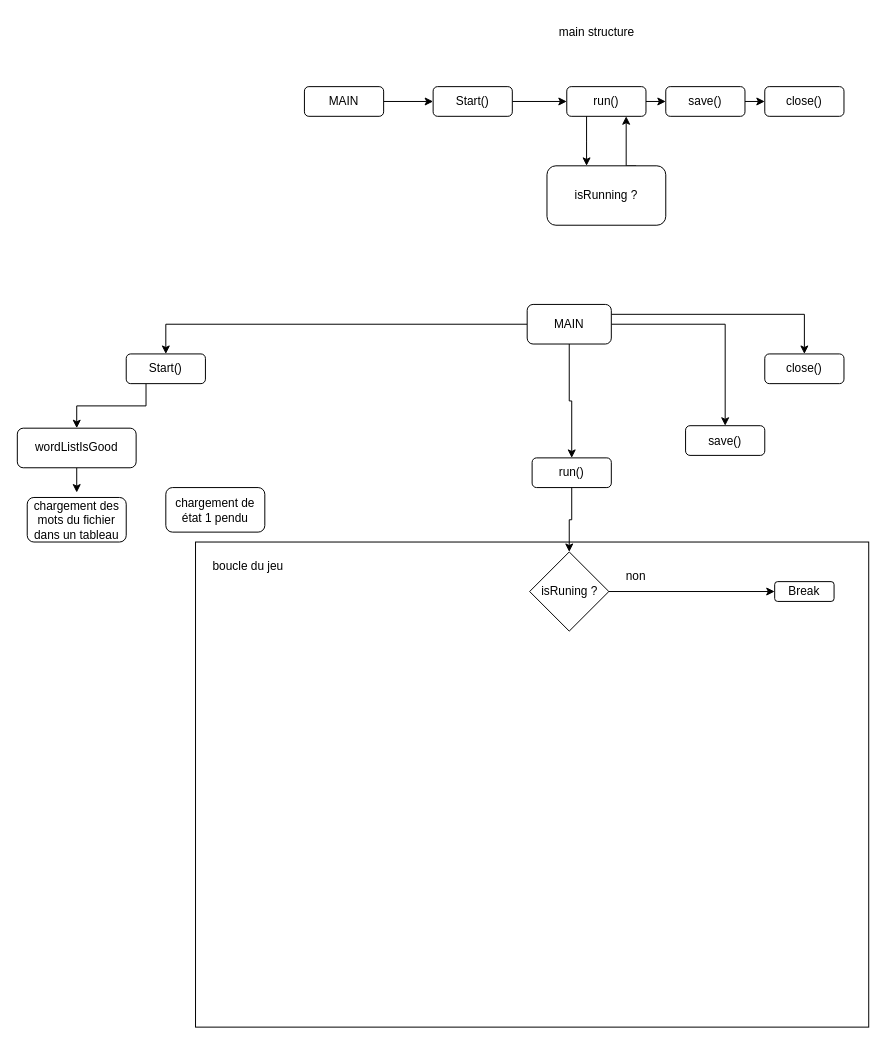
jolanallen/hangman-classic keeps this draw.io diagram as ressources/struct.drawio. Above is the earlier version. Source tidied: cells renumbered, new cells numbered last; positions are measured from the earlier drawing's top-left corner, leaving out a move shared by most shapes. Both pictures are drawn from the tidied source at 99%, with x=0, y=0 at pixel (17, 17).
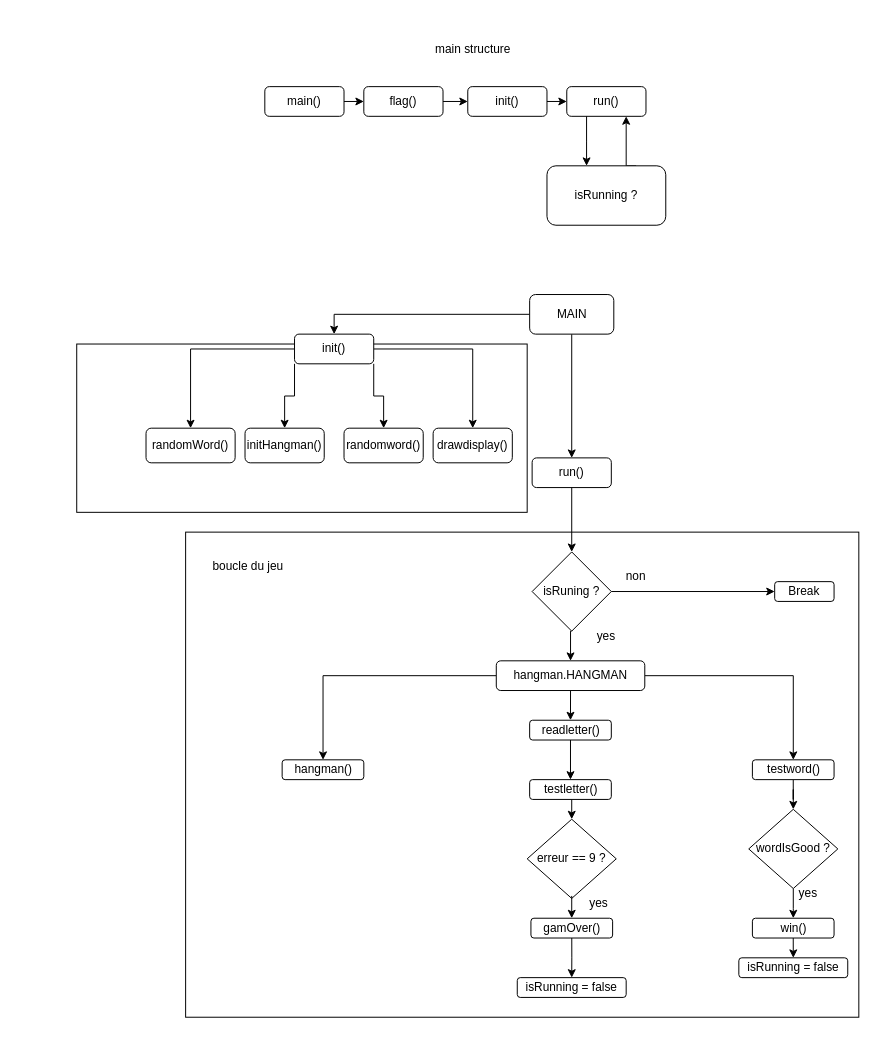
The same diagram, later.

Commit message (it also covers changes not shown here):
diagram de structure

Unchanged cells that the change refers to:
```xml
<mxCell id="8" value="run()" style="rounded=1;whiteSpace=wrap;html=1;" parent="1" vertex="1">
  <mxGeometry x="555" y="70" width="80" height="30" as="geometry" />
</mxCell>
```

What changed in the source:
```diff
@@
+    <mxCell id="37" style="rounded=0;whiteSpace=wrap;html=1;" parent="1" vertex="1">
+      <mxGeometry x="60" y="330" width="455" height="170" as="geometry" />
+    </mxCell>
     <mxCell id="2" value="main structure" style="text;html=1;align=center;verticalAlign=middle;strokeColor=none;fillColor=none;" parent="1" vertex="1">
-      <mxGeometry x="535" width="100" height="30" as="geometry" />
+      <mxGeometry x="410" y="18" width="100" height="30" as="geometry" />
     </mxCell>
-    <mxCell id="3" style="edgeStyle=orthogonalEdgeStyle;rounded=0;jettySize=auto;html=1;exitX=1;exitY=0.5;exitDx=0;exitDy=0;entryX=0;entryY=0.5;entryDx=0;entryDy=0;" parent="1" edge="1" source="4" target="6">
+    <mxCell id="3" style="edgeStyle=orthogonalEdgeStyle;rounded=0;jettySize=auto;html=1;exitX=1;exitY=0.5;exitDx=0;exitDy=0;entryX=0;entryY=0.5;entryDx=0;entryDy=0;" parent="1" edge="1" source="4" target="39">
       <mxGeometry relative="1" as="geometry" />
     </mxCell>
-    <mxCell id="4" value="MAIN" style="rounded=1;whiteSpace=wrap;html=1;" parent="1" vertex="1">
-      <mxGeometry x="290" y="70" width="80" height="30" as="geometry" />
+    <mxCell id="4" value="flag()" style="rounded=1;whiteSpace=wrap;html=1;" parent="1" vertex="1">
+      <mxGeometry x="350" y="70" width="80" height="30" as="geometry" />
     </mxCell>
-    <mxCell id="5" style="edgeStyle=orthogonalEdgeStyle;rounded=0;jettySize=auto;html=1;exitX=1;exitY=0.5;exitDx=0;exitDy=0;entryX=0;entryY=0.5;entryDx=0;entryDy=0;" parent="1" edge="1" source="6" target="8">
-      <mxGeometry relative="1" as="geometry" />
-    </mxCell>
-    <mxCell id="6" value="Start()" style="rounded=1;whiteSpace=wrap;html=1;" parent="1" vertex="1">
-      <mxGeometry x="420" y="70" width="80" height="30" as="geometry" />
-    </mxCell>
-    <mxCell id="7" style="edgeStyle=orthogonalEdgeStyle;rounded=0;jettySize=auto;html=1;exitX=1;exitY=0.5;exitDx=0;exitDy=0;entryX=0;entryY=0.5;entryDx=0;entryDy=0;" parent="1" edge="1" source="8" target="10">
-      <mxGeometry relative="1" as="geometry" />
-    </mxCell>
+    <mxCell id="38" style="edgeStyle=orthogonalEdgeStyle;rounded=0;jettySize=auto;html=1;exitX=1;exitY=0.5;exitDx=0;exitDy=0;entryX=0;entryY=0.5;entryDx=0;entryDy=0;" parent="1" edge="1" source="39">
+      <mxGeometry relative="1" as="geometry">
+        <mxPoint x="555" y="85" as="targetPoint" />
+      </mxGeometry>
+    </mxCell>
+    <mxCell id="39" value="init()" style="rounded=1;whiteSpace=wrap;html=1;" parent="1" vertex="1">
+      <mxGeometry x="455" y="70" width="80" height="30" as="geometry" />
+    </mxCell>
@@
-    <mxCell id="9" style="edgeStyle=orthogonalEdgeStyle;rounded=0;jettySize=auto;html=1;exitX=1;exitY=0.5;exitDx=0;exitDy=0;entryX=0;entryY=0.5;entryDx=0;entryDy=0;" parent="1" edge="1" source="10" target="11">
-      <mxGeometry relative="1" as="geometry" />
-    </mxCell>
-    <mxCell id="10" value="save()" style="rounded=1;whiteSpace=wrap;html=1;" parent="1" vertex="1">
-      <mxGeometry x="655" y="70" width="80" height="30" as="geometry" />
-    </mxCell>
-    <mxCell id="11" value="close()" style="rounded=1;whiteSpace=wrap;html=1;" parent="1" vertex="1">
-      <mxGeometry x="755" y="70" width="80" height="30" as="geometry" />
-    </mxCell>
@@
-    <mxCell id="17" style="edgeStyle=orthogonalEdgeStyle;rounded=0;jettySize=auto;html=1;exitX=1;exitY=0.5;exitDx=0;exitDy=0;entryX=0.5;entryY=0;entryDx=0;entryDy=0;" parent="1" edge="1" source="19" target="22">
-      <mxGeometry relative="1" as="geometry" />
-    </mxCell>
-    <mxCell id="18" style="edgeStyle=orthogonalEdgeStyle;rounded=0;jettySize=auto;html=1;exitX=1;exitY=0.25;exitDx=0;exitDy=0;entryX=0.5;entryY=0;entryDx=0;entryDy=0;" parent="1" edge="1" source="19" target="24">
-      <mxGeometry relative="1" as="geometry" />
-    </mxCell>
     <mxCell id="19" value="MAIN" style="rounded=1;whiteSpace=wrap;html=1;" parent="1" vertex="1">
-      <mxGeometry x="515" y="290" width="85" height="40" as="geometry" />
+      <mxGeometry x="517.5" y="280" width="85" height="40" as="geometry" />
     </mxCell>
-    <mxCell id="20" style="edgeStyle=orthogonalEdgeStyle;rounded=0;jettySize=auto;html=1;exitX=0.25;exitY=1;exitDx=0;exitDy=0;entryX=0.5;entryY=0;entryDx=0;entryDy=0;" parent="1" edge="1" source="21" target="26">
+    <mxCell id="20" style="edgeStyle=orthogonalEdgeStyle;rounded=0;jettySize=auto;html=1;exitX=0;exitY=0.5;exitDx=0;exitDy=0;entryX=0.5;entryY=0;entryDx=0;entryDy=0;" parent="1" edge="1" source="21" target="26">
       <mxGeometry relative="1" as="geometry" />
     </mxCell>
+    <mxCell id="40" style="edgeStyle=orthogonalEdgeStyle;rounded=0;jettySize=auto;html=1;exitX=1;exitY=0.5;exitDx=0;exitDy=0;entryX=0.5;entryY=0;entryDx=0;entryDy=0;" parent="1" edge="1" source="21" target="44">
+      <mxGeometry relative="1" as="geometry" />
+    </mxCell>
+    <mxCell id="41" style="edgeStyle=orthogonalEdgeStyle;rounded=0;jettySize=auto;html=1;exitX=0;exitY=1;exitDx=0;exitDy=0;" parent="1" edge="1" source="21" target="47">
+      <mxGeometry relative="1" as="geometry" />
+    </mxCell>
+    <mxCell id="42" style="edgeStyle=orthogonalEdgeStyle;rounded=0;jettySize=auto;html=1;exitX=1;exitY=1;exitDx=0;exitDy=0;entryX=0.5;entryY=0;entryDx=0;entryDy=0;" parent="1" edge="1" source="21" target="48">
+      <mxGeometry relative="1" as="geometry" />
+    </mxCell>
-    <mxCell id="21" value="Start()" style="rounded=1;whiteSpace=wrap;html=1;" parent="1" vertex="1">
-      <mxGeometry x="110" y="340" width="80" height="30" as="geometry" />
+    <mxCell id="21" value="init()" style="rounded=1;whiteSpace=wrap;html=1;" parent="1" vertex="1">
+      <mxGeometry x="280" y="320" width="80" height="30" as="geometry" />
     </mxCell>
-    <mxCell id="22" value="save()" style="rounded=1;whiteSpace=wrap;html=1;" parent="1" vertex="1">
-      <mxGeometry x="675" y="412.5" width="80" height="30" as="geometry" />
-    </mxCell>
@@
-    <mxCell id="24" value="close()" style="rounded=1;whiteSpace=wrap;html=1;" parent="1" vertex="1">
-      <mxGeometry x="755" y="340" width="80" height="30" as="geometry" />
-    </mxCell>
-    <mxCell id="25" style="edgeStyle=orthogonalEdgeStyle;rounded=0;jettySize=auto;html=1;exitX=0.5;exitY=1;exitDx=0;exitDy=0;" parent="1" edge="1" source="26">
-      <mxGeometry relative="1" as="geometry">
-        <mxPoint x="60" y="480" as="targetPoint" />
-      </mxGeometry>
-    </mxCell>
-    <mxCell id="26" value="wordListIsGood" style="rounded=1;whiteSpace=wrap;html=1;" parent="1" vertex="1">
-      <mxGeometry y="415" width="120" height="40" as="geometry" />
+    <mxCell id="26" value="randomWord()" style="rounded=1;whiteSpace=wrap;html=1;" parent="1" vertex="1">
+      <mxGeometry x="130" y="415" width="90" height="35" as="geometry" />
     </mxCell>
     <mxCell id="27" style="rounded=0;whiteSpace=wrap;html=1;" parent="1" vertex="1">
-      <mxGeometry x="180" y="530" width="680" height="490" as="geometry" />
+      <mxGeometry x="170" y="520" width="680" height="490" as="geometry" />
     </mxCell>
@@
+    <mxCell id="43" style="edgeStyle=orthogonalEdgeStyle;rounded=0;jettySize=auto;html=1;exitX=0.5;exitY=1;exitDx=0;exitDy=0;entryX=0.5;entryY=0;entryDx=0;entryDy=0;" parent="1" edge="1" source="29" target="55">
+      <mxGeometry relative="1" as="geometry" />
+    </mxCell>
     <mxCell id="29" value="isRuning ?" style="rhombus;whiteSpace=wrap;html=1;" parent="1" vertex="1">
-      <mxGeometry x="517.5" y="540" width="80" height="80" as="geometry" />
+      <mxGeometry x="520" y="540" width="80" height="80" as="geometry" />
     </mxCell>
@@
-    <mxCell id="34" value="chargement des mots du fichier dans un tableau" style="rounded=1;whiteSpace=wrap;html=1;" parent="1" vertex="1">
-      <mxGeometry x="10" y="485" width="100" height="45" as="geometry" />
-    </mxCell>
-    <mxCell id="35" style="edgeStyle=orthogonalEdgeStyle;rounded=0;orthogonalLoop=1;jettySize=auto;html=1;exitX=0.5;exitY=1;exitDx=0;exitDy=0;" parent="1" edge="1" source="4" target="4">
-      <mxGeometry relative="1" as="geometry" />
-    </mxCell>
-    <mxCell id="36" value="chargement de état 1 pendu" style="rounded=1;whiteSpace=wrap;html=1;" parent="1" vertex="1">
-      <mxGeometry x="150" y="475" width="100" height="45" as="geometry" />
-    </mxCell>
+    <mxCell id="44" value="drawdisplay()" style="rounded=1;whiteSpace=wrap;html=1;" parent="1" vertex="1">
+      <mxGeometry x="420" y="415" width="80" height="35" as="geometry" />
+    </mxCell>
+    <mxCell id="45" style="edgeStyle=orthogonalEdgeStyle;rounded=0;jettySize=auto;html=1;exitX=1;exitY=0.5;exitDx=0;exitDy=0;entryX=0;entryY=0.5;entryDx=0;entryDy=0;" parent="1" edge="1" source="46" target="4">
+      <mxGeometry relative="1" as="geometry" />
+    </mxCell>
+    <mxCell id="46" value="main()" style="rounded=1;whiteSpace=wrap;html=1;" parent="1" vertex="1">
+      <mxGeometry x="250" y="70" width="80" height="30" as="geometry" />
+    </mxCell>
+    <mxCell id="47" value="initHangman()" style="rounded=1;whiteSpace=wrap;html=1;" parent="1" vertex="1">
+      <mxGeometry x="230" y="415" width="80" height="35" as="geometry" />
+    </mxCell>
+    <mxCell id="48" value="randomword()" style="rounded=1;whiteSpace=wrap;html=1;" parent="1" vertex="1">
+      <mxGeometry x="330" y="415" width="80" height="35" as="geometry" />
+    </mxCell>
+    <mxCell id="49" value="hangman()" style="rounded=1;whiteSpace=wrap;html=1;" parent="1" vertex="1">
+      <mxGeometry x="267.5" y="750" width="82.5" height="20" as="geometry" />
+    </mxCell>
+    <mxCell id="50" style="edgeStyle=orthogonalEdgeStyle;rounded=0;jettySize=auto;html=1;exitX=0.5;exitY=1;exitDx=0;exitDy=0;" parent="1" edge="1" source="51" target="61">
+      <mxGeometry relative="1" as="geometry" />
+    </mxCell>
+    <mxCell id="51" value="testword()" style="rounded=1;whiteSpace=wrap;html=1;" parent="1" vertex="1">
+      <mxGeometry x="742.5" y="750" width="82.5" height="20" as="geometry" />
+    </mxCell>
+    <mxCell id="52" style="edgeStyle=orthogonalEdgeStyle;rounded=0;jettySize=auto;html=1;exitX=0;exitY=0.5;exitDx=0;exitDy=0;" parent="1" edge="1" source="55" target="49">
+      <mxGeometry relative="1" as="geometry" />
+    </mxCell>
+    <mxCell id="53" style="edgeStyle=orthogonalEdgeStyle;rounded=0;jettySize=auto;html=1;exitX=1;exitY=0.5;exitDx=0;exitDy=0;" parent="1" edge="1" source="55" target="51">
+      <mxGeometry relative="1" as="geometry" />
+    </mxCell>
+    <mxCell id="54" style="edgeStyle=orthogonalEdgeStyle;rounded=0;jettySize=auto;html=1;exitX=0.5;exitY=1;exitDx=0;exitDy=0;entryX=0.5;entryY=0;entryDx=0;entryDy=0;" parent="1" edge="1" source="55" target="63">
+      <mxGeometry relative="1" as="geometry" />
+    </mxCell>
+    <mxCell id="55" value="hangman.HANGMAN" style="rounded=1;whiteSpace=wrap;html=1;" parent="1" vertex="1">
+      <mxGeometry x="483.8" y="650" width="150" height="30" as="geometry" />
+    </mxCell>
+    <mxCell id="56" value="yes" style="text;html=1;align=center;verticalAlign=middle;whiteSpace=wrap;rounded=0;" parent="1" vertex="1">
+      <mxGeometry x="565" y="610" width="60" height="30" as="geometry" />
+    </mxCell>
+    <mxCell id="57" style="edgeStyle=orthogonalEdgeStyle;rounded=0;jettySize=auto;html=1;exitX=0.5;exitY=1;exitDx=0;exitDy=0;entryX=0.5;entryY=0;entryDx=0;entryDy=0;" parent="1" edge="1" source="58" target="68">
+      <mxGeometry relative="1" as="geometry" />
+    </mxCell>
+    <mxCell id="58" value="win()" style="rounded=1;whiteSpace=wrap;html=1;" parent="1" vertex="1">
+      <mxGeometry x="742.5" y="910" width="82.5" height="20" as="geometry" />
+    </mxCell>
+    <mxCell id="59" style="edgeStyle=orthogonalEdgeStyle;rounded=0;orthogonalLoop=1;jettySize=auto;html=1;exitX=0.5;exitY=1;exitDx=0;exitDy=0;entryX=0.5;entryY=0;entryDx=0;entryDy=0;" parent="1" edge="1">
+      <mxGeometry relative="1" as="geometry">
+        <mxPoint x="810" y="890" as="sourcePoint" />
+      </mxGeometry>
+    </mxCell>
+    <mxCell id="60" style="edgeStyle=orthogonalEdgeStyle;rounded=0;jettySize=auto;html=1;exitX=0.5;exitY=1;exitDx=0;exitDy=0;" parent="1" edge="1" source="61" target="58">
+      <mxGeometry relative="1" as="geometry" />
+    </mxCell>
+    <mxCell id="61" value="wordIsGood ?" style="rhombus;whiteSpace=wrap;html=1;" parent="1" vertex="1">
+      <mxGeometry x="738.8" y="800" width="90" height="80" as="geometry" />
+    </mxCell>
+    <mxCell id="62" style="edgeStyle=orthogonalEdgeStyle;rounded=0;jettySize=auto;html=1;exitX=0.5;exitY=1;exitDx=0;exitDy=0;entryX=0.5;entryY=0;entryDx=0;entryDy=0;" parent="1" edge="1" source="63" target="65">
+      <mxGeometry relative="1" as="geometry" />
+    </mxCell>
+    <mxCell id="63" value="readletter()" style="rounded=1;whiteSpace=wrap;html=1;" parent="1" vertex="1">
+      <mxGeometry x="517.5" y="710" width="82.5" height="20" as="geometry" />
+    </mxCell>
+    <mxCell id="64" style="edgeStyle=orthogonalEdgeStyle;rounded=0;jettySize=auto;html=1;exitX=0.5;exitY=1;exitDx=0;exitDy=0;entryX=0.5;entryY=0;entryDx=0;entryDy=0;" parent="1" edge="1" source="65" target="71">
+      <mxGeometry relative="1" as="geometry" />
+    </mxCell>
+    <mxCell id="65" value="testletter()" style="rounded=1;whiteSpace=wrap;html=1;" parent="1" vertex="1">
+      <mxGeometry x="517.5" y="770" width="82.5" height="20" as="geometry" />
+    </mxCell>
+    <mxCell id="66" style="edgeStyle=orthogonalEdgeStyle;rounded=0;orthogonalLoop=1;jettySize=auto;html=1;exitX=0.5;exitY=1;exitDx=0;exitDy=0;entryX=0.5;entryY=0;entryDx=0;entryDy=0;" parent="1" edge="1">
+      <mxGeometry relative="1" as="geometry">
+        <mxPoint x="810" y="870" as="targetPoint" />
+      </mxGeometry>
+    </mxCell>
+    <mxCell id="67" value="yes" style="text;html=1;align=center;verticalAlign=middle;whiteSpace=wrap;rounded=0;" parent="1" vertex="1">
+      <mxGeometry x="768.8" y="870" width="60" height="30" as="geometry" />
+    </mxCell>
+    <mxCell id="68" value="isRunning = false" style="rounded=1;whiteSpace=wrap;html=1;" parent="1" vertex="1">
+      <mxGeometry x="728.8" y="950" width="110" height="20" as="geometry" />
+    </mxCell>
+    <mxCell id="69" style="edgeStyle=orthogonalEdgeStyle;rounded=0;jettySize=auto;html=1;exitX=0.5;exitY=1;exitDx=0;exitDy=0;entryX=0.5;entryY=0;entryDx=0;entryDy=0;" parent="1" edge="1" source="70" target="72">
+      <mxGeometry relative="1" as="geometry" />
+    </mxCell>
+    <mxCell id="70" value="gamOver()" style="rounded=1;whiteSpace=wrap;html=1;" parent="1" vertex="1">
+      <mxGeometry x="518.8" y="910" width="82.5" height="20" as="geometry" />
+    </mxCell>
+    <mxCell id="71" value="erreur == 9 ?" style="rhombus;whiteSpace=wrap;html=1;" parent="1" vertex="1">
+      <mxGeometry x="515" y="810" width="90" height="80" as="geometry" />
+    </mxCell>
+    <mxCell id="72" value="isRunning = false" style="rounded=1;whiteSpace=wrap;html=1;" parent="1" vertex="1">
+      <mxGeometry x="505" y="970" width="110" height="20" as="geometry" />
+    </mxCell>
+    <mxCell id="73" value="yes" style="text;html=1;align=center;verticalAlign=middle;whiteSpace=wrap;rounded=0;" parent="1" vertex="1">
+      <mxGeometry x="560" y="880" width="55" height="30" as="geometry" />
+    </mxCell>
+    <mxCell id="74" style="edgeStyle=orthogonalEdgeStyle;rounded=0;orthogonalLoop=1;jettySize=auto;html=1;exitX=0;exitY=0.25;exitDx=0;exitDy=0;entryX=0;entryY=1;entryDx=0;entryDy=0;" parent="1" edge="1" source="73" target="73">
+      <mxGeometry relative="1" as="geometry" />
+    </mxCell>
```
